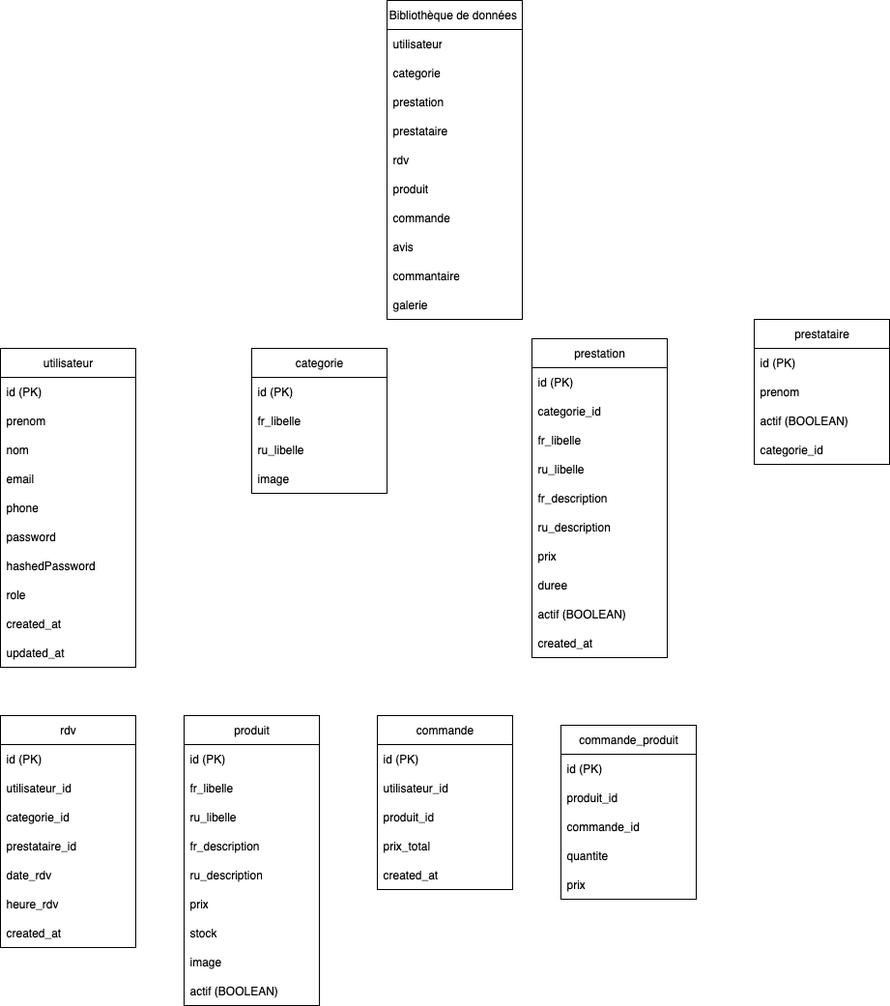
Before: Диаграмма без названия.drawio.png, a diagram exported from draw.io (Rimmchiknaaus/------Zone-de-Dessin). Source tidied: cells renumbered, new cells last; positions are measured from the earlier drawing's top-left corner, leaving out a move shared by most shapes.
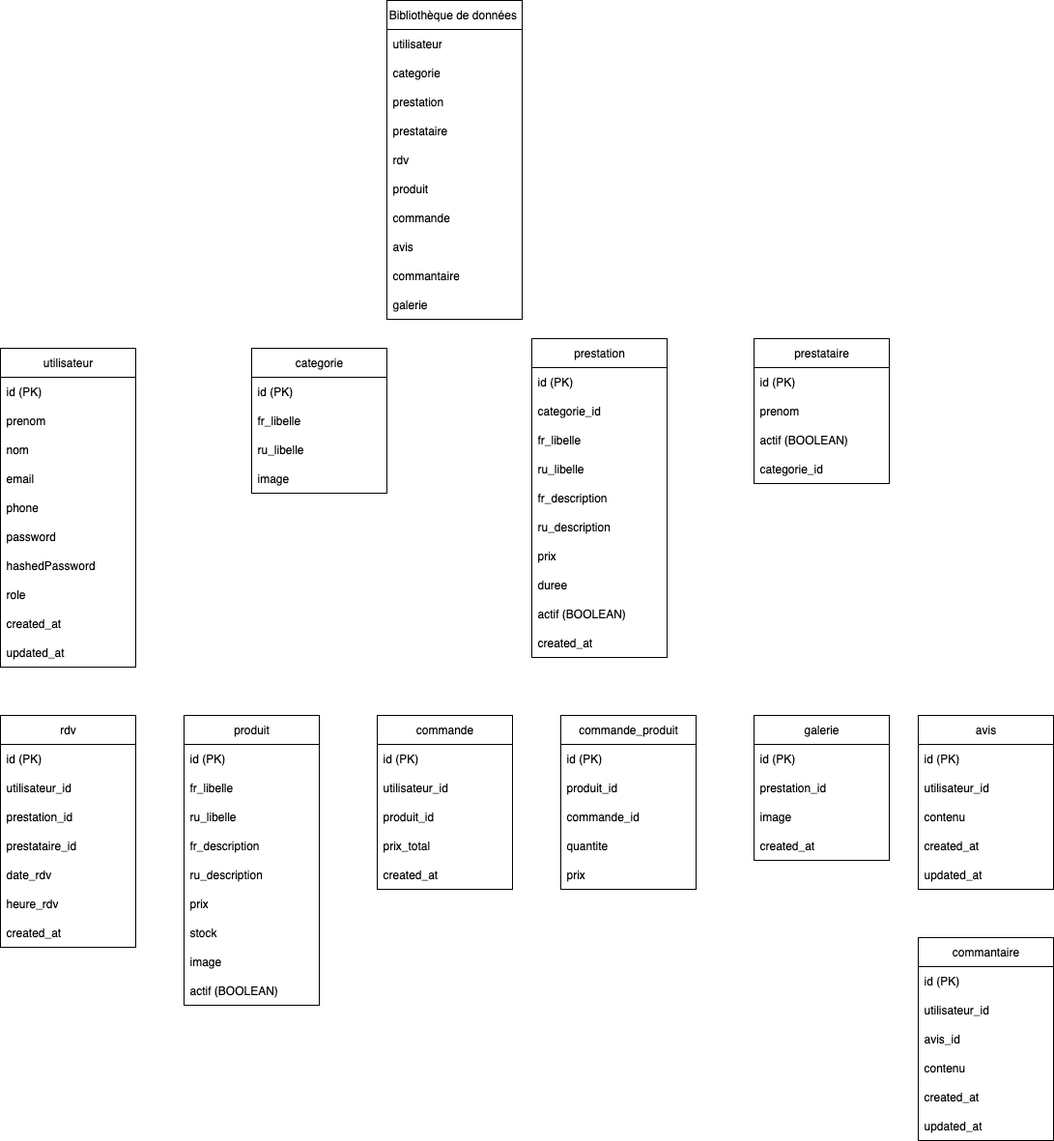
Later version of the same file.

What changed in the source:
```diff
@@ -117,7 +117,7 @@
       <mxGeometry y="300" width="140" height="30" as="geometry" />
     </mxCell>
     <mxCell id="40" value="&lt;span style=&quot;text-align: left;&quot;&gt;prestataire&lt;/span&gt;" style="swimlane;fontStyle=0;horizontal=1;startSize=30;whiteSpace=wrap;html=1;" parent="1" vertex="1">
-      <mxGeometry x="780" y="330" width="140" height="150" as="geometry" />
+      <mxGeometry x="780" y="350" width="140" height="150" as="geometry" />
     </mxCell>
     <mxCell id="41" value="id (PK)" style="text;strokeColor=none;fillColor=none;align=left;verticalAlign=middle;spacingLeft=4;spacingRight=4;overflow=hidden;whiteSpace=wrap;html=1;" parent="40" vertex="1">
       <mxGeometry y="30" width="140" height="30" as="geometry" />
@@ -143,7 +143,7 @@
     <mxCell id="48" value="utilisateur_id&amp;nbsp;" style="text;strokeColor=none;fillColor=none;align=left;verticalAlign=middle;spacingLeft=4;spacingRight=4;overflow=hidden;whiteSpace=wrap;html=1;" parent="46" vertex="1">
       <mxGeometry y="60" width="140" height="30" as="geometry" />
     </mxCell>
-    <mxCell id="49" value="categorie_id&amp;nbsp;" style="text;strokeColor=none;fillColor=none;align=left;verticalAlign=middle;spacingLeft=4;spacingRight=4;overflow=hidden;whiteSpace=wrap;html=1;" parent="46" vertex="1">
+    <mxCell id="49" value="prestation_id&amp;nbsp;" style="text;strokeColor=none;fillColor=none;align=left;verticalAlign=middle;spacingLeft=4;spacingRight=4;overflow=hidden;whiteSpace=wrap;html=1;" parent="46" vertex="1">
       <mxGeometry y="90" width="140" height="30" as="geometry" />
     </mxCell>
     <mxCell id="50" value="prestataire_id&amp;nbsp;" style="text;strokeColor=none;fillColor=none;align=left;verticalAlign=middle;spacingLeft=4;spacingRight=4;overflow=hidden;whiteSpace=wrap;html=1;" parent="46" vertex="1">
@@ -207,7 +207,7 @@
       <mxGeometry y="150" width="140" height="30" as="geometry" />
     </mxCell>
     <mxCell id="70" value="&lt;span style=&quot;text-align: left;&quot;&gt;commande_&lt;/span&gt;&lt;span style=&quot;text-align: left;&quot;&gt;produit&lt;/span&gt;" style="swimlane;fontStyle=0;horizontal=1;startSize=30;whiteSpace=wrap;html=1;" parent="1" vertex="1">
-      <mxGeometry x="580" y="750" width="140" height="180" as="geometry" />
+      <mxGeometry x="580" y="740" width="140" height="180" as="geometry" />
     </mxCell>
     <mxCell id="71" value="id (PK)" style="text;strokeColor=none;fillColor=none;align=left;verticalAlign=middle;spacingLeft=4;spacingRight=4;overflow=hidden;whiteSpace=wrap;html=1;" parent="70" vertex="1">
       <mxGeometry y="30" width="140" height="30" as="geometry" />
@@ -224,5 +224,59 @@
     <mxCell id="75" value="prix" style="text;strokeColor=none;fillColor=none;align=left;verticalAlign=middle;spacingLeft=4;spacingRight=4;overflow=hidden;whiteSpace=wrap;html=1;" parent="70" vertex="1">
       <mxGeometry y="150" width="140" height="30" as="geometry" />
     </mxCell>
+    <mxCell id="76" value="&lt;div style=&quot;text-align: left;&quot;&gt;&lt;span style=&quot;background-color: transparent; color: light-dark(rgb(0, 0, 0), rgb(255, 255, 255));&quot;&gt;galerie&lt;/span&gt;&lt;/div&gt;" style="swimlane;fontStyle=0;horizontal=1;startSize=30;whiteSpace=wrap;html=1;" parent="1" vertex="1">
+      <mxGeometry x="780" y="740" width="140" height="150" as="geometry" />
+    </mxCell>
+    <mxCell id="77" value="id (PK)" style="text;strokeColor=none;fillColor=none;align=left;verticalAlign=middle;spacingLeft=4;spacingRight=4;overflow=hidden;whiteSpace=wrap;html=1;" parent="76" vertex="1">
+      <mxGeometry y="30" width="140" height="30" as="geometry" />
+    </mxCell>
+    <mxCell id="78" value="prestation_id" style="text;strokeColor=none;fillColor=none;align=left;verticalAlign=middle;spacingLeft=4;spacingRight=4;overflow=hidden;whiteSpace=wrap;html=1;" parent="76" vertex="1">
+      <mxGeometry y="60" width="140" height="30" as="geometry" />
+    </mxCell>
+    <mxCell id="79" value="image" style="text;strokeColor=none;fillColor=none;align=left;verticalAlign=middle;spacingLeft=4;spacingRight=4;overflow=hidden;whiteSpace=wrap;html=1;" parent="76" vertex="1">
+      <mxGeometry y="90" width="140" height="30" as="geometry" />
+    </mxCell>
+    <mxCell id="80" value="created_at" style="text;strokeColor=none;fillColor=none;align=left;verticalAlign=middle;spacingLeft=4;spacingRight=4;overflow=hidden;whiteSpace=wrap;html=1;" parent="76" vertex="1">
+      <mxGeometry y="120" width="140" height="30" as="geometry" />
+    </mxCell>
+    <mxCell id="81" value="&lt;div style=&quot;text-align: left;&quot;&gt;&lt;span style=&quot;background-color: transparent; color: light-dark(rgb(0, 0, 0), rgb(255, 255, 255));&quot;&gt;avis&lt;/span&gt;&lt;/div&gt;" style="swimlane;fontStyle=0;horizontal=1;startSize=30;whiteSpace=wrap;html=1;" parent="1" vertex="1">
+      <mxGeometry x="950" y="740" width="140" height="180" as="geometry" />
+    </mxCell>
+    <mxCell id="82" value="id (PK)" style="text;strokeColor=none;fillColor=none;align=left;verticalAlign=middle;spacingLeft=4;spacingRight=4;overflow=hidden;whiteSpace=wrap;html=1;" parent="81" vertex="1">
+      <mxGeometry y="30" width="140" height="30" as="geometry" />
+    </mxCell>
+    <mxCell id="83" value="utilisateur_id&amp;nbsp;" style="text;strokeColor=none;fillColor=none;align=left;verticalAlign=middle;spacingLeft=4;spacingRight=4;overflow=hidden;whiteSpace=wrap;html=1;" parent="81" vertex="1">
+      <mxGeometry y="60" width="140" height="30" as="geometry" />
+    </mxCell>
+    <mxCell id="84" value="contenu" style="text;strokeColor=none;fillColor=none;align=left;verticalAlign=middle;spacingLeft=4;spacingRight=4;overflow=hidden;whiteSpace=wrap;html=1;" parent="81" vertex="1">
+      <mxGeometry y="90" width="140" height="30" as="geometry" />
+    </mxCell>
+    <mxCell id="85" value="created_at" style="text;strokeColor=none;fillColor=none;align=left;verticalAlign=middle;spacingLeft=4;spacingRight=4;overflow=hidden;whiteSpace=wrap;html=1;" parent="81" vertex="1">
+      <mxGeometry y="120" width="140" height="30" as="geometry" />
+    </mxCell>
+    <mxCell id="86" value="updated_at" style="text;strokeColor=none;fillColor=none;align=left;verticalAlign=middle;spacingLeft=4;spacingRight=4;overflow=hidden;whiteSpace=wrap;html=1;" parent="81" vertex="1">
+      <mxGeometry y="150" width="140" height="30" as="geometry" />
+    </mxCell>
+    <mxCell id="87" value="&lt;div style=&quot;text-align: left;&quot;&gt;commantaire&lt;/div&gt;" style="swimlane;fontStyle=0;horizontal=1;startSize=30;whiteSpace=wrap;html=1;" parent="1" vertex="1">
+      <mxGeometry x="950" y="970" width="140" height="210" as="geometry" />
+    </mxCell>
+    <mxCell id="88" value="id (PK)" style="text;strokeColor=none;fillColor=none;align=left;verticalAlign=middle;spacingLeft=4;spacingRight=4;overflow=hidden;whiteSpace=wrap;html=1;" parent="87" vertex="1">
+      <mxGeometry y="30" width="140" height="30" as="geometry" />
+    </mxCell>
+    <mxCell id="89" value="utilisateur_id&amp;nbsp;" style="text;strokeColor=none;fillColor=none;align=left;verticalAlign=middle;spacingLeft=4;spacingRight=4;overflow=hidden;whiteSpace=wrap;html=1;" parent="87" vertex="1">
+      <mxGeometry y="60" width="140" height="30" as="geometry" />
+    </mxCell>
+    <mxCell id="90" value="avis_id&amp;nbsp;" style="text;strokeColor=none;fillColor=none;align=left;verticalAlign=middle;spacingLeft=4;spacingRight=4;overflow=hidden;whiteSpace=wrap;html=1;" parent="87" vertex="1">
+      <mxGeometry y="90" width="140" height="30" as="geometry" />
+    </mxCell>
+    <mxCell id="91" value="contenu" style="text;strokeColor=none;fillColor=none;align=left;verticalAlign=middle;spacingLeft=4;spacingRight=4;overflow=hidden;whiteSpace=wrap;html=1;" parent="87" vertex="1">
+      <mxGeometry y="120" width="140" height="30" as="geometry" />
+    </mxCell>
+    <mxCell id="92" value="created_at" style="text;strokeColor=none;fillColor=none;align=left;verticalAlign=middle;spacingLeft=4;spacingRight=4;overflow=hidden;whiteSpace=wrap;html=1;" parent="87" vertex="1">
+      <mxGeometry y="150" width="140" height="30" as="geometry" />
+    </mxCell>
+    <mxCell id="93" value="updated_at" style="text;strokeColor=none;fillColor=none;align=left;verticalAlign=middle;spacingLeft=4;spacingRight=4;overflow=hidden;whiteSpace=wrap;html=1;" parent="87" vertex="1">
+      <mxGeometry y="180" width="140" height="30" as="geometry" />
+    </mxCell>
   </root>
 </mxGraphModel>
```
